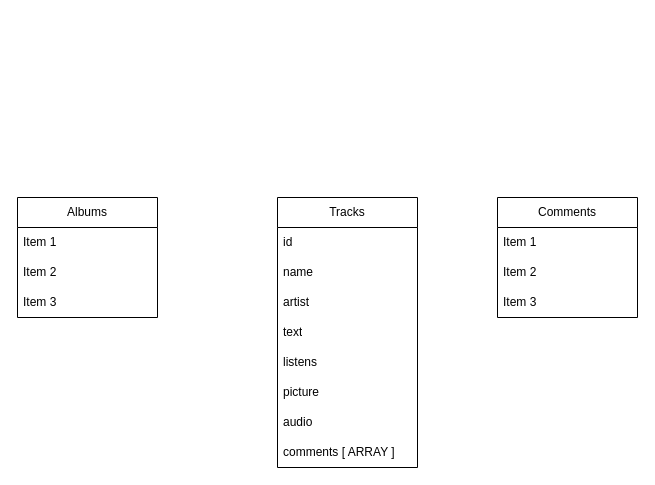
Above: music_base.drawio in moskvichev/Nest-Project-music-app (draw.io), before the change. Source tidied: cells renumbered, new cells numbered last; positions are measured from the earlier drawing's top-left corner, leaving out a move shared by most shapes. Both pictures are drawn from the tidied source at 100%, with x=0, y=0 at pixel (17, 197).
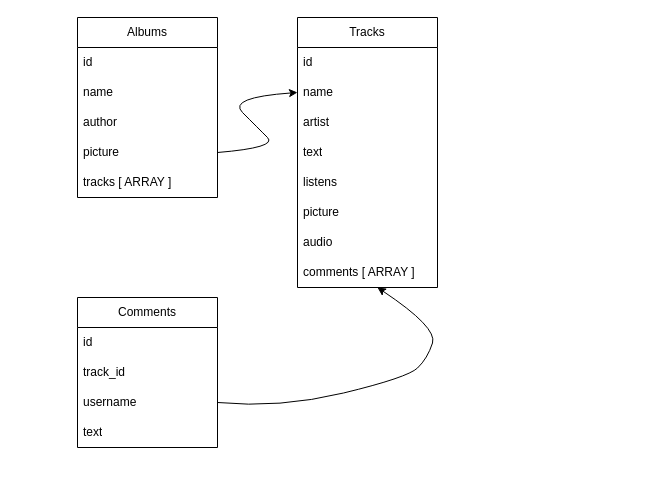
Above is the later version.

Unchanged cells that the change refers to:
```xml
<mxCell id="4" value="name" style="text;strokeColor=none;fillColor=none;align=left;verticalAlign=middle;spacingLeft=4;spacingRight=4;overflow=hidden;points=[[0,0.5],[1,0.5]];portConstraint=eastwest;whiteSpace=wrap;html=1;" parent="2" vertex="1">
  <mxGeometry y="60" width="140" height="30" as="geometry" />
</mxCell>
<mxCell id="10" value="comments [ ARRAY ]" style="text;strokeColor=none;fillColor=none;align=left;verticalAlign=middle;spacingLeft=4;spacingRight=4;overflow=hidden;points=[[0,0.5],[1,0.5]];portConstraint=eastwest;whiteSpace=wrap;html=1;" parent="2" vertex="1">
  <mxGeometry y="240" width="140" height="30" as="geometry" />
</mxCell>
```

The edit, as a diff of the source:
```diff
@@
     <mxCell id="2" value="Tracks" style="swimlane;fontStyle=0;horizontal=1;startSize=30;whiteSpace=wrap;html=1;" parent="1" vertex="1">
-      <mxGeometry x="260" width="140" height="270" as="geometry" />
+      <mxGeometry x="280" y="-180" width="140" height="270" as="geometry" />
     </mxCell>
@@
     <mxCell id="11" value="Albums" style="swimlane;fontStyle=0;horizontal=1;startSize=30;whiteSpace=wrap;html=1;" parent="1" vertex="1">
-      <mxGeometry width="140" height="120" as="geometry" />
+      <mxGeometry x="60" y="-180" width="140" height="180" as="geometry" />
     </mxCell>
-    <mxCell id="12" value="Item 1" style="text;strokeColor=none;fillColor=none;align=left;verticalAlign=middle;spacingLeft=4;spacingRight=4;overflow=hidden;whiteSpace=wrap;html=1;" parent="11" vertex="1">
+    <mxCell id="12" value="id" style="text;strokeColor=none;fillColor=none;align=left;verticalAlign=middle;spacingLeft=4;spacingRight=4;overflow=hidden;whiteSpace=wrap;html=1;" parent="11" vertex="1">
       <mxGeometry y="30" width="140" height="30" as="geometry" />
     </mxCell>
-    <mxCell id="13" value="Item 2" style="text;strokeColor=none;fillColor=none;align=left;verticalAlign=middle;spacingLeft=4;spacingRight=4;overflow=hidden;whiteSpace=wrap;html=1;" parent="11" vertex="1">
+    <mxCell id="13" value="name" style="text;strokeColor=none;fillColor=none;align=left;verticalAlign=middle;spacingLeft=4;spacingRight=4;overflow=hidden;whiteSpace=wrap;html=1;" parent="11" vertex="1">
       <mxGeometry y="60" width="140" height="30" as="geometry" />
     </mxCell>
-    <mxCell id="14" value="Item 3" style="text;strokeColor=none;fillColor=none;align=left;verticalAlign=middle;spacingLeft=4;spacingRight=4;overflow=hidden;whiteSpace=wrap;html=1;" parent="11" vertex="1">
+    <mxCell id="14" value="author" style="text;strokeColor=none;fillColor=none;align=left;verticalAlign=middle;spacingLeft=4;spacingRight=4;overflow=hidden;whiteSpace=wrap;html=1;" parent="11" vertex="1">
       <mxGeometry y="90" width="140" height="30" as="geometry" />
     </mxCell>
+    <mxCell id="19" value="picture" style="text;strokeColor=none;fillColor=none;align=left;verticalAlign=middle;spacingLeft=4;spacingRight=4;overflow=hidden;points=[[0,0.5],[1,0.5]];portConstraint=eastwest;whiteSpace=wrap;html=1;" parent="11" vertex="1">
+      <mxGeometry y="120" width="140" height="30" as="geometry" />
+    </mxCell>
+    <mxCell id="20" value="tracks [ ARRAY ]" style="text;strokeColor=none;fillColor=none;align=left;verticalAlign=middle;spacingLeft=4;spacingRight=4;overflow=hidden;whiteSpace=wrap;html=1;" parent="11" vertex="1">
+      <mxGeometry y="150" width="140" height="30" as="geometry" />
+    </mxCell>
     <mxCell id="15" value="Comments" style="swimlane;fontStyle=0;horizontal=1;startSize=30;whiteSpace=wrap;html=1;" parent="1" vertex="1">
-      <mxGeometry x="480" width="140" height="120" as="geometry" />
+      <mxGeometry x="60" y="100" width="140" height="150" as="geometry" />
     </mxCell>
-    <mxCell id="16" value="Item 1" style="text;strokeColor=none;fillColor=none;align=left;verticalAlign=middle;spacingLeft=4;spacingRight=4;overflow=hidden;whiteSpace=wrap;html=1;" parent="15" vertex="1">
+    <mxCell id="16" value="id" style="text;strokeColor=none;fillColor=none;align=left;verticalAlign=middle;spacingLeft=4;spacingRight=4;overflow=hidden;whiteSpace=wrap;html=1;" parent="15" vertex="1">
       <mxGeometry y="30" width="140" height="30" as="geometry" />
     </mxCell>
-    <mxCell id="17" value="Item 2" style="text;strokeColor=none;fillColor=none;align=left;verticalAlign=middle;spacingLeft=4;spacingRight=4;overflow=hidden;whiteSpace=wrap;html=1;" parent="15" vertex="1">
+    <mxCell id="17" value="track_id" style="text;strokeColor=none;fillColor=none;align=left;verticalAlign=middle;spacingLeft=4;spacingRight=4;overflow=hidden;whiteSpace=wrap;html=1;" parent="15" vertex="1">
       <mxGeometry y="60" width="140" height="30" as="geometry" />
     </mxCell>
+    <mxCell id="21" value="username" style="text;strokeColor=none;fillColor=none;align=left;verticalAlign=middle;spacingLeft=4;spacingRight=4;overflow=hidden;points=[[0,0.5],[1,0.5]];portConstraint=eastwest;whiteSpace=wrap;html=1;" parent="15" vertex="1">
+      <mxGeometry y="90" width="140" height="30" as="geometry" />
+    </mxCell>
-    <mxCell id="18" value="Item 3" style="text;strokeColor=none;fillColor=none;align=left;verticalAlign=middle;spacingLeft=4;spacingRight=4;overflow=hidden;whiteSpace=wrap;html=1;" parent="15" vertex="1">
-      <mxGeometry y="90" width="140" height="30" as="geometry" />
+    <mxCell id="18" value="text" style="text;strokeColor=none;fillColor=none;align=left;verticalAlign=middle;spacingLeft=4;spacingRight=4;overflow=hidden;whiteSpace=wrap;html=1;" parent="15" vertex="1">
+      <mxGeometry y="120" width="140" height="30" as="geometry" />
     </mxCell>
+    <mxCell id="22" style="curved=1;endArrow=classic;html=1;rounded=0;exitX=1;exitY=0.5;exitDx=0;exitDy=0;entryX=0;entryY=0.5;entryDx=0;entryDy=0;" parent="1" edge="1" source="19" target="4">
+      <mxGeometry relative="1" as="geometry">
+        <Array as="points">
+          <mxPoint x="260" y="-50" />
+          <mxPoint x="240" y="-70" />
+          <mxPoint x="210" y="-100" />
+        </Array>
+      </mxGeometry>
+    </mxCell>
+    <mxCell id="23" style="curved=1;endArrow=classic;html=1;rounded=0;exitX=1;exitY=0.5;exitDx=0;exitDy=0;entryX=0.571;entryY=1;entryDx=0;entryDy=0;entryPerimeter=0;" parent="1" edge="1" source="21" target="10">
+      <mxGeometry relative="1" as="geometry">
+        <Array as="points">
+          <mxPoint x="262" y="211" />
+          <mxPoint x="390" y="180" />
+          <mxPoint x="410" y="161" />
+          <mxPoint x="420" y="130" />
+        </Array>
+      </mxGeometry>
+    </mxCell>
```
